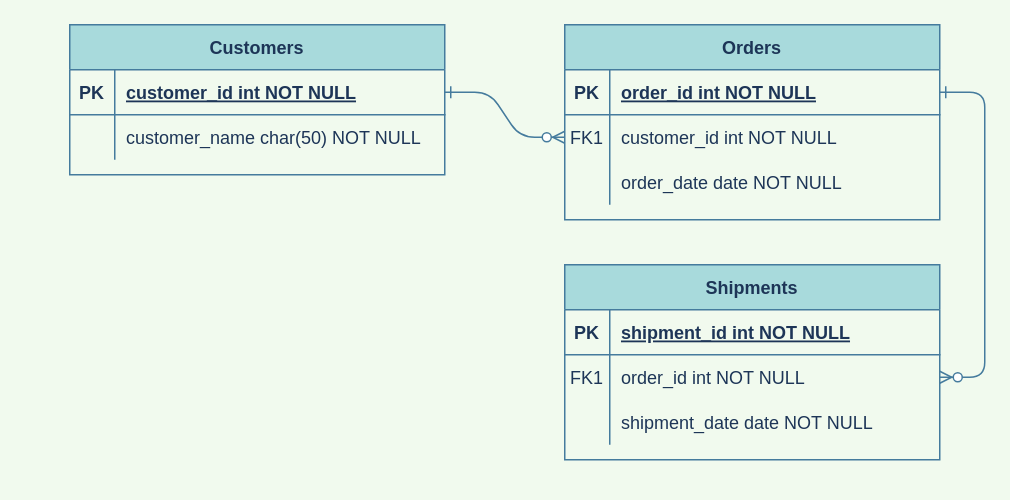
Above: 未命名绘图.drawio in miki-hmt/bos-parent (draw.io), before the change. Source tidied: cells renumbered, new cells numbered last; positions are measured from the earlier drawing's top-left corner, leaving out a move shared by most shapes. Both pictures are drawn from the tidied source at 150%, with x=0, y=0 at pixel (69, 24).
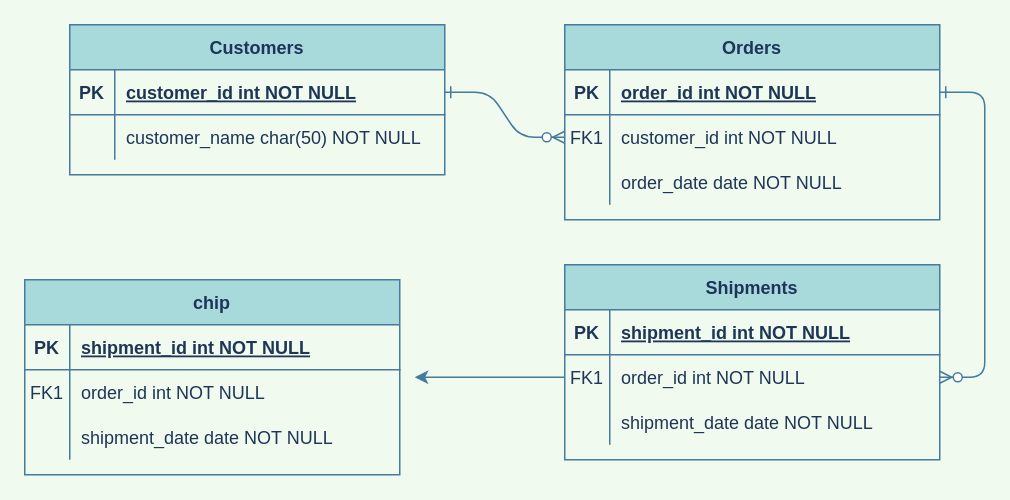
Above is the later version.

Commit message:
新增一个关系视体ER.drawio

Unchanged cells that the change refers to:
```xml
<mxCell id="18" style="shape=partialRectangle;fillColor=none;points=[[0,0.5],[1,0.5]];portConstraint=eastwest;top=0;left=0;right=0;bottom=0;strokeColor=#457B9D;fontColor=#1D3557;" parent="14" vertex="1">
  <mxGeometry y="60" width="250" height="30" as="geometry" />
</mxCell>
```

The edit, as a diff of the source:
```diff
@@
+    <mxCell id="31" value="chip" style="shape=table;startSize=30;childLayout=tableLayout;rowLines=0;fontStyle=1;align=center;fillColor=#A8DADC;strokeColor=#457B9D;fontColor=#1D3557;" parent="1" vertex="1">
+      <mxGeometry x="-30" y="170" width="250" height="130" as="geometry" />
+    </mxCell>
+    <mxCell id="32" style="shape=partialRectangle;fillColor=none;top=0;left=0;right=0;bottom=1;strokeColor=#457B9D;fontColor=#1D3557;" parent="31" vertex="1">
+      <mxGeometry y="30" width="250" height="30" as="geometry" />
+    </mxCell>
+    <mxCell id="33" value="PK" style="shape=partialRectangle;overflow=hidden;fillColor=none;top=0;left=0;bottom=0;right=0;fontStyle=1;strokeColor=#457B9D;fontColor=#1D3557;" parent="32" vertex="1">
+      <mxGeometry width="30" height="30" as="geometry" />
+    </mxCell>
+    <mxCell id="34" value="shipment_id int NOT NULL " style="shape=partialRectangle;overflow=hidden;fillColor=none;top=0;left=0;bottom=0;right=0;align=left;spacingLeft=6;fontStyle=5;strokeColor=#457B9D;fontColor=#1D3557;" parent="32" vertex="1">
+      <mxGeometry x="30" width="220" height="30" as="geometry" />
+    </mxCell>
+    <mxCell id="35" style="shape=partialRectangle;fillColor=none;top=0;left=0;right=0;bottom=0;strokeColor=#457B9D;fontColor=#1D3557;" parent="31" vertex="1">
+      <mxGeometry y="60" width="250" height="30" as="geometry" />
+    </mxCell>
+    <mxCell id="36" value="FK1" style="shape=partialRectangle;overflow=hidden;fillColor=none;top=0;left=0;bottom=0;right=0;strokeColor=#457B9D;fontColor=#1D3557;" parent="35" vertex="1">
+      <mxGeometry width="30" height="30" as="geometry" />
+    </mxCell>
+    <mxCell id="37" value="order_id int NOT NULL" style="shape=partialRectangle;overflow=hidden;fillColor=none;top=0;left=0;bottom=0;right=0;align=left;spacingLeft=6;strokeColor=#457B9D;fontColor=#1D3557;" parent="35" vertex="1">
+      <mxGeometry x="30" width="220" height="30" as="geometry" />
+    </mxCell>
+    <mxCell id="38" style="shape=partialRectangle;fillColor=none;top=0;left=0;right=0;bottom=0;strokeColor=#457B9D;fontColor=#1D3557;" parent="31" vertex="1">
+      <mxGeometry y="90" width="250" height="30" as="geometry" />
+    </mxCell>
+    <mxCell id="39" style="shape=partialRectangle;overflow=hidden;fillColor=none;top=0;left=0;bottom=0;right=0;strokeColor=#457B9D;fontColor=#1D3557;" parent="38" vertex="1">
+      <mxGeometry width="30" height="30" as="geometry" />
+    </mxCell>
+    <mxCell id="40" value="shipment_date date NOT NULL" style="shape=partialRectangle;overflow=hidden;fillColor=none;top=0;left=0;bottom=0;right=0;align=left;spacingLeft=6;strokeColor=#457B9D;fontColor=#1D3557;" parent="38" vertex="1">
+      <mxGeometry x="30" width="220" height="30" as="geometry" />
+    </mxCell>
+    <mxCell id="41" style="edgeStyle=orthogonalEdgeStyle;curved=0;rounded=1;sketch=0;jettySize=auto;html=1;strokeColor=#457B9D;fillColor=#A8DADC;fontColor=#1D3557;" parent="1" edge="1" source="18">
+      <mxGeometry relative="1" as="geometry">
+        <mxPoint x="230" y="235" as="targetPoint" />
+      </mxGeometry>
+    </mxCell>
```
